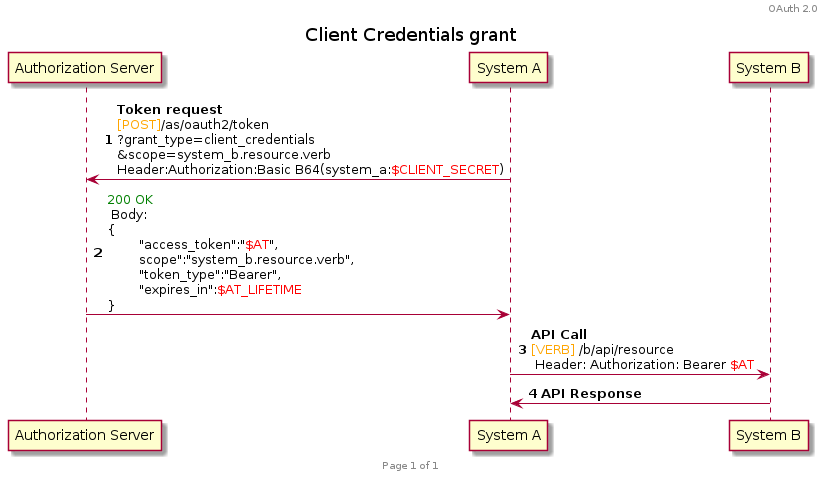
HenriLefevrePro/Articles keeps this PlantUML diagram as plantuml/oauth2/client_credentials.png. Above is the earlier version.
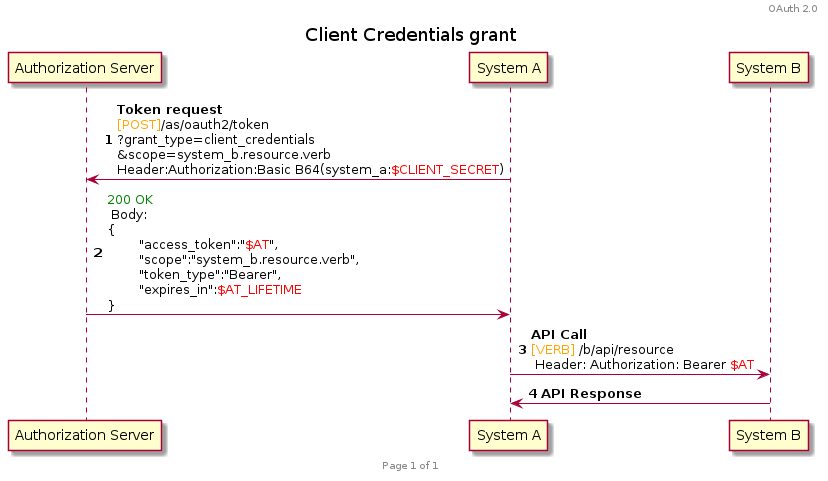
Above is the later version.

Commit message:
[GitHub Actions] Generate PNG images for PlantUML diagrams

Change to the diagram source:
```diff
@@ -11,7 +11,7 @@
 participant B as "System B"
 
 A -> Auth : **Token request**\n<font color=orange>[POST]</font>/as/oauth2/token\n?grant_type=client_credentials\n&scope=system_b.resource.verb\nHeader:Authorization:Basic B64(system_a:<font color=red>$CLIENT_SECRET</font>)
-Auth -> A : <font color=green>200 OK</font> \n Body: \n{\n\t"access_token":"<font color=red>$AT</font>",\n\tscope":"system_b.resource.verb",\n\t"token_type":"Bearer",\n\t"expires_in":<font color=red>$AT_LIFETIME</font>\n}
+Auth -> A : <font color=green>200 OK</font> \n Body: \n{\n\t"access_token":"<font color=red>$AT</font>",\n\t"scope":"system_b.resource.verb",\n\t"token_type":"Bearer",\n\t"expires_in":<font color=red>$AT_LIFETIME</font>\n}
 
 A -> B : **API Call** \n<font color=orange>[VERB]</font> /b/api/resource\n Header: Authorization: Bearer <font color=red>$AT</font>
 B -> A : **API Response**
```
